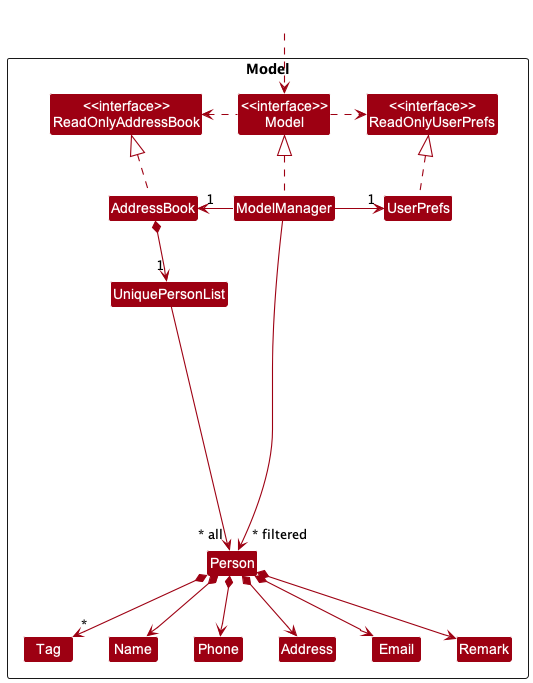
This is docs/images/ModelClassDiagramPerson.png from nus-cs2103-AY2223S1/tp, a PlantUML export, as it was before one commit. Its diagram source:
```plantuml
@startuml
!include style.puml
skinparam arrowThickness 1.1
skinparam arrowColor MODEL_COLOR
skinparam classBackgroundColor MODEL_COLOR

Package Model <<Rectangle>>{
Class "<<interface>>\nReadOnlyAddressBook" as ReadOnlyAddressBook
Class "<<interface>>\nReadOnlyUserPrefs" as ReadOnlyUserPrefs
Class "<<interface>>\nModel" as Model
Class AddressBook
Class ModelManager
Class UserPrefs

Class UniquePersonList
Class Person
Class Address
Class Email
Class Name
Class Phone
Class Remark
Class Tag
}

Class HiddenOutside #FFFFFF
HiddenOutside ..> Model

AddressBook .up.|> ReadOnlyAddressBook

ModelManager .up.|> Model
Model .right.> ReadOnlyUserPrefs
Model .left.> ReadOnlyAddressBook
ModelManager -left-> "1" AddressBook
ModelManager -right-> "1" UserPrefs
UserPrefs .up.|> ReadOnlyUserPrefs

AddressBook *--> "1" UniquePersonList
UniquePersonList -----> "~* all" Person
Person *--> Name
Person *--> Phone
Person *--> Email
Person *--> Address
Person *--> Remark
Person *--> "*" Tag

Tag -[hidden]right-> Name
Name -[hidden]right-> Phone
Phone -[hidden]right-> Address
Address -[hidden]right-> Email
Email -[hidden]right-> Remark

ModelManager -->"~* filtered" Person
@enduml
```
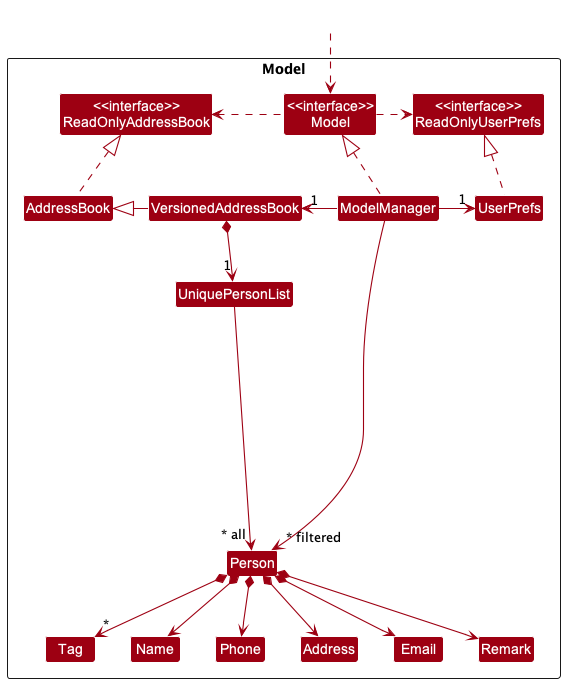
The same diagram one commit later.

Commit message:
update versionedAddressBook in DG diagram

What changed in the source:
```diff
@@ -9,6 +9,7 @@
 Class "<<interface>>\nReadOnlyUserPrefs" as ReadOnlyUserPrefs
 Class "<<interface>>\nModel" as Model
 Class AddressBook
+Class VersionedAddressBook
 Class ModelManager
 Class UserPrefs
 
@@ -23,18 +24,19 @@
 }
 
 Class HiddenOutside #FFFFFF
-HiddenOutside ..> Model
+HiddenOutside .down.> Model
 
 AddressBook .up.|> ReadOnlyAddressBook
+VersionedAddressBook -left-|> AddressBook
 
 ModelManager .up.|> Model
 Model .right.> ReadOnlyUserPrefs
 Model .left.> ReadOnlyAddressBook
-ModelManager -left-> "1" AddressBook
+ModelManager -left-> "1" VersionedAddressBook
 ModelManager -right-> "1" UserPrefs
 UserPrefs .up.|> ReadOnlyUserPrefs
 
-AddressBook *--> "1" UniquePersonList
+VersionedAddressBook *--> "1" UniquePersonList
 UniquePersonList -----> "~* all" Person
 Person *--> Name
 Person *--> Phone
```
